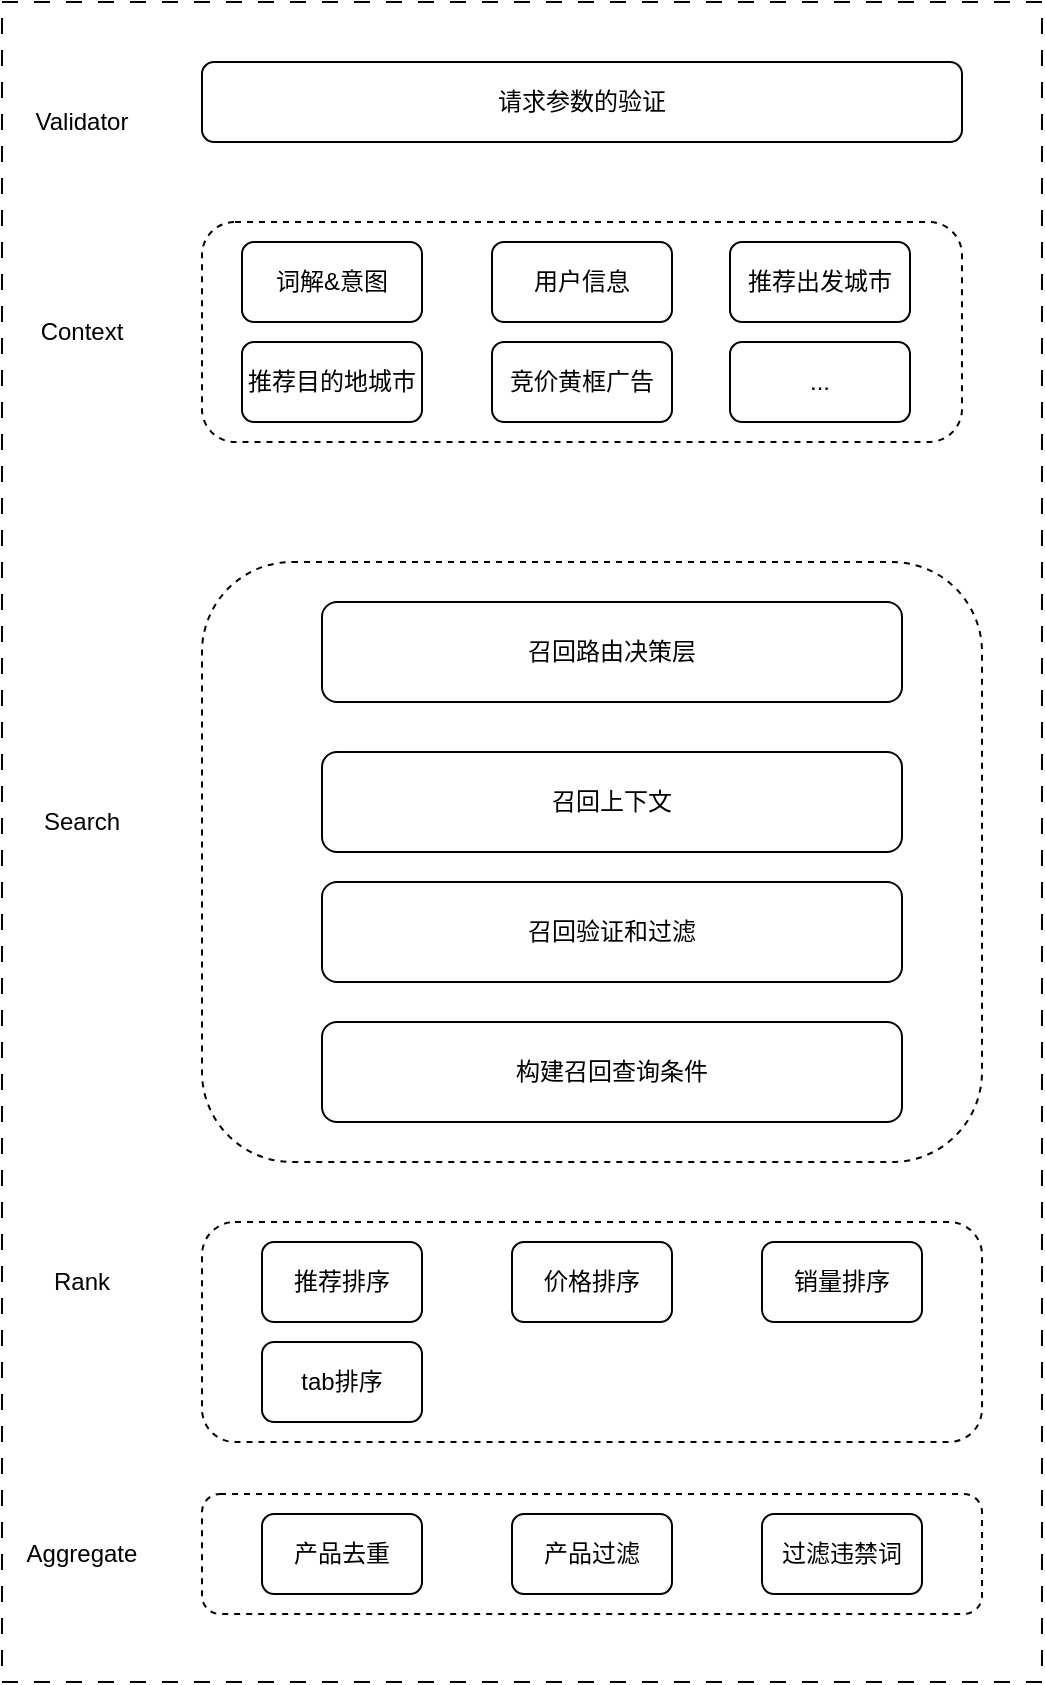
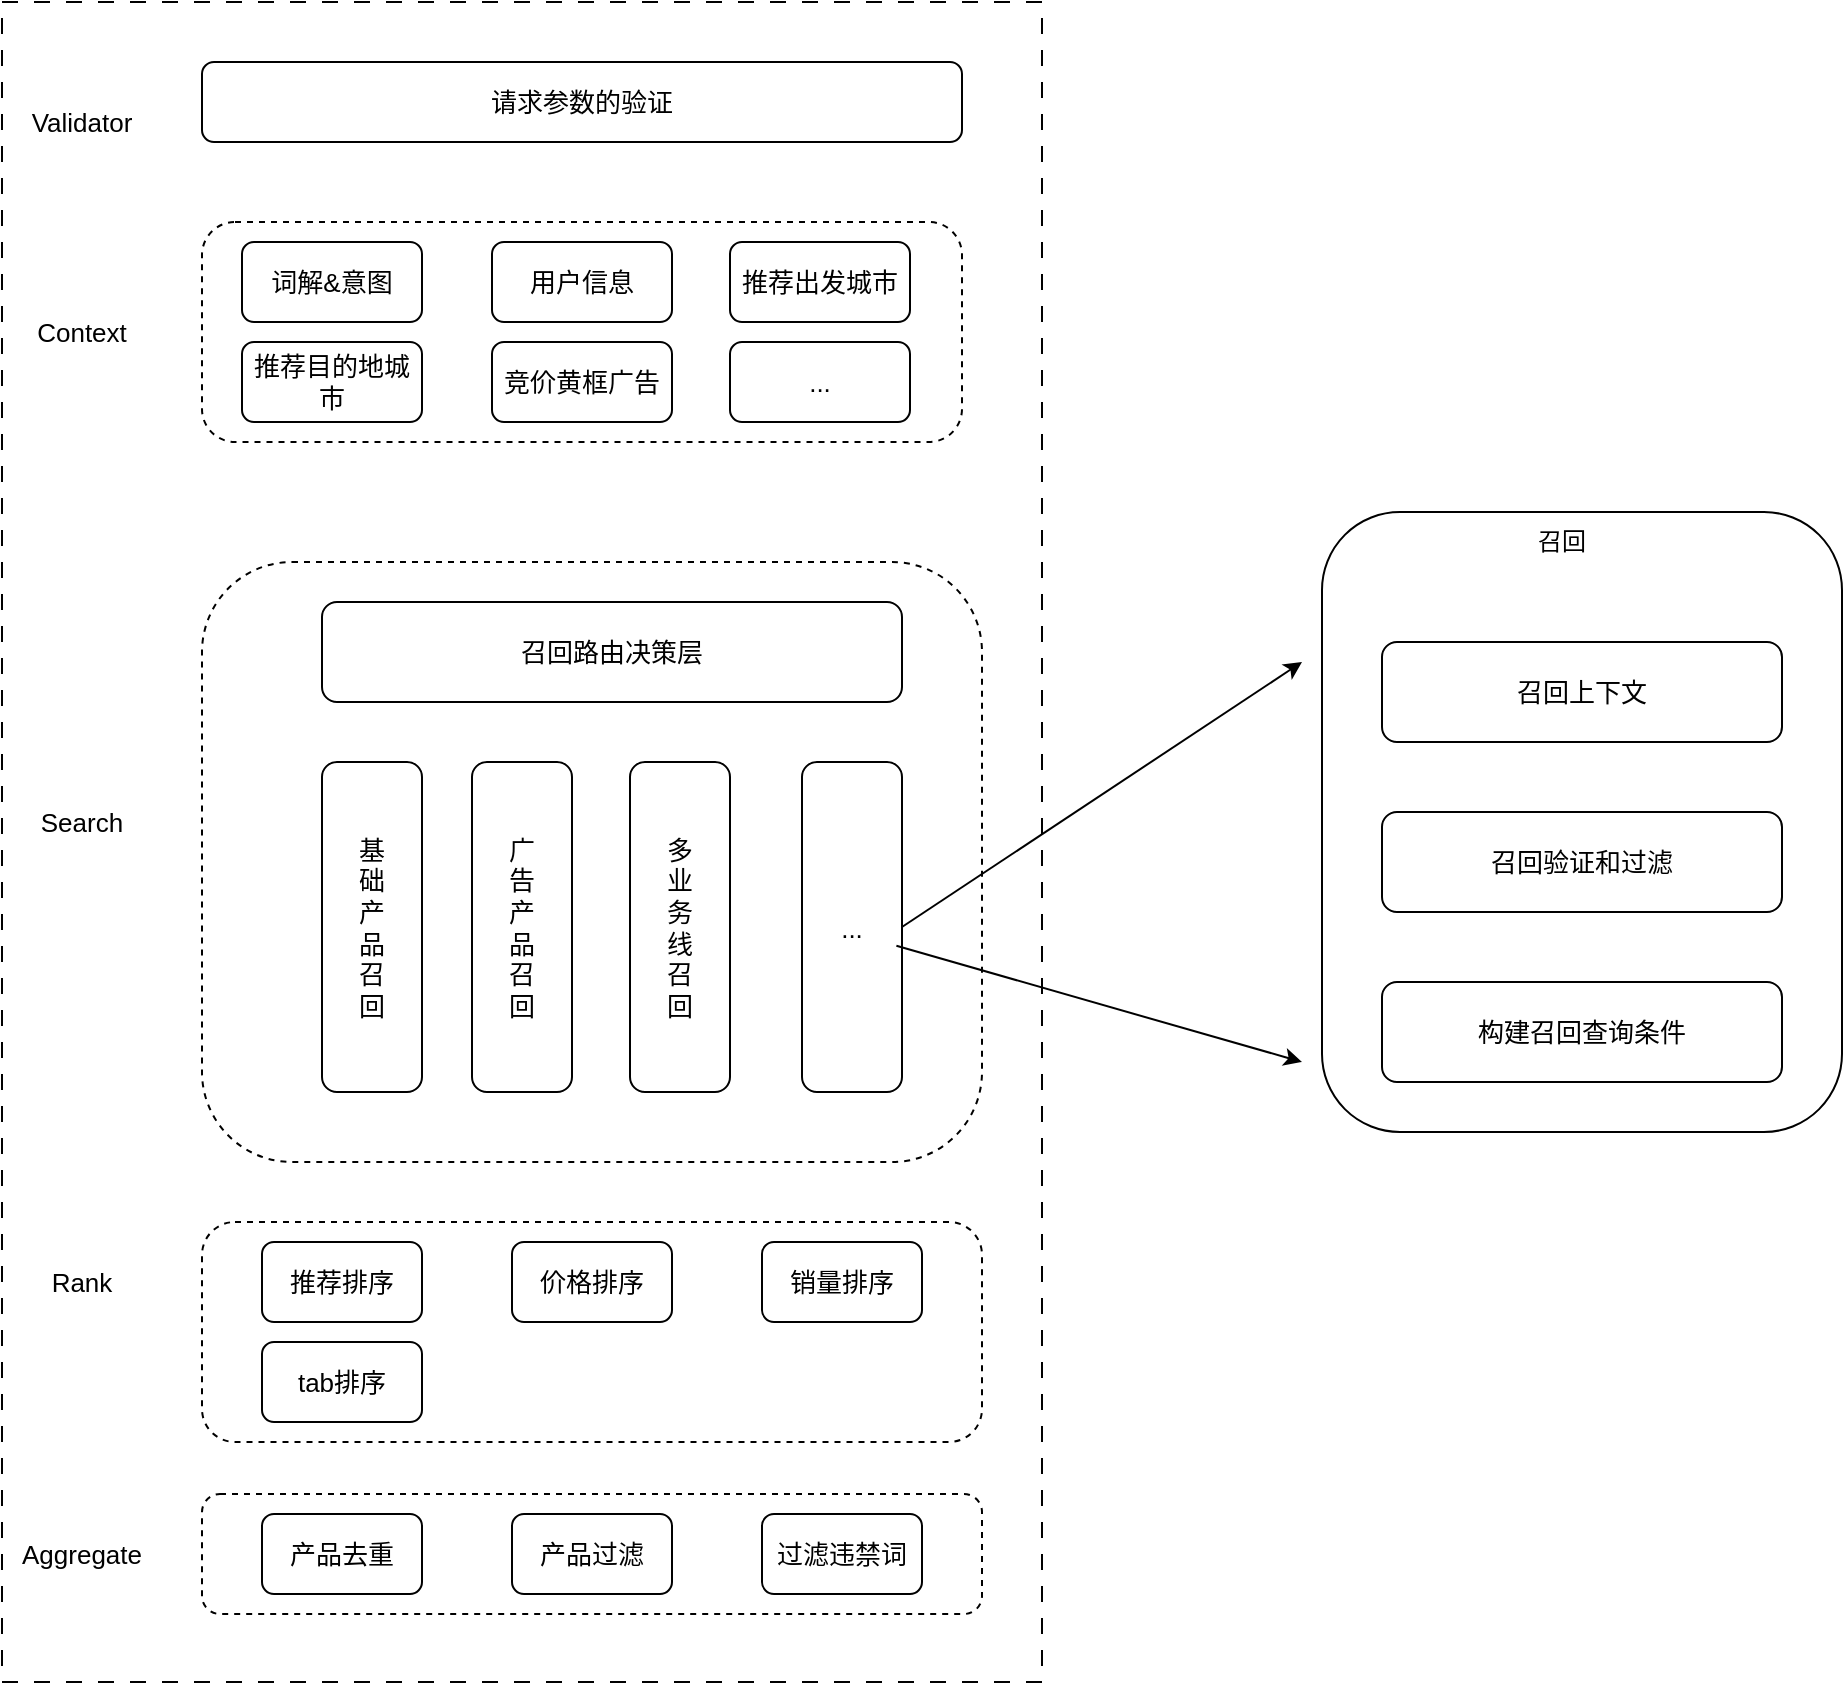
<mxfile host="app.diagrams.net">
  <diagram name="第 1 页" id="jvkQ6q8ciIzknWhuEr6Q">
-     <mxGraphModel dx="1414" dy="743" grid="1" gridSize="10" guides="1" tooltips="1" connect="1" arrows="1" fold="1" page="1" pageScale="1" pageWidth="827" pageHeight="1169" math="0" shadow="0">
+     <mxGraphModel dx="1664" dy="874" grid="1" gridSize="10" guides="1" tooltips="1" connect="1" arrows="1" fold="1" page="1" pageScale="1" pageWidth="827" pageHeight="1169" math="0" shadow="0">
      <root>
        <mxCell id="0" />
        <mxCell id="1" parent="0" />
-         <mxCell id="OlJ8bCc6Roh7H291gZyU-1" parent="1" style="rounded=0;whiteSpace=wrap;html=1;dashed=1;dashPattern=8 8;" value="" vertex="1">
+         <mxCell id="KtfR03neylrnIoNqEPG1-5" parent="1" style="rounded=1;whiteSpace=wrap;html=1;" value="" vertex="1">
+           <mxGeometry height="310" width="260" x="690" y="275" as="geometry" />
+         </mxCell>
+         <mxCell id="OlJ8bCc6Roh7H291gZyU-1" parent="1" style="rounded=0;whiteSpace=wrap;html=1;dashed=1;dashPattern=8 8;fontSize=13;" value="" vertex="1">
          <mxGeometry height="840" width="520" x="30" y="20" as="geometry" />
        </mxCell>
-         <mxCell id="OlJ8bCc6Roh7H291gZyU-2" parent="1" style="rounded=1;whiteSpace=wrap;html=1;" value="&lt;div&gt;请求参数的验证&lt;/div&gt;" vertex="1">
+         <mxCell id="OlJ8bCc6Roh7H291gZyU-2" parent="1" style="rounded=1;whiteSpace=wrap;html=1;fontSize=13;" value="&lt;div&gt;请求参数的验证&lt;/div&gt;" vertex="1">
          <mxGeometry height="40" width="380" x="130" y="50" as="geometry" />
        </mxCell>
-         <mxCell id="OlJ8bCc6Roh7H291gZyU-3" parent="1" style="rounded=1;whiteSpace=wrap;html=1;dashed=1;" value="" vertex="1">
+         <mxCell id="OlJ8bCc6Roh7H291gZyU-3" parent="1" style="rounded=1;whiteSpace=wrap;html=1;dashed=1;fontSize=13;" value="" vertex="1">
          <mxGeometry height="110" width="380" x="130" y="130" as="geometry" />
        </mxCell>
-         <mxCell id="OlJ8bCc6Roh7H291gZyU-4" parent="1" style="text;html=1;whiteSpace=wrap;strokeColor=none;fillColor=none;align=center;verticalAlign=middle;rounded=0;" value="Validator" vertex="1">
+         <mxCell id="OlJ8bCc6Roh7H291gZyU-4" parent="1" style="text;html=1;whiteSpace=wrap;strokeColor=none;fillColor=none;align=center;verticalAlign=middle;rounded=0;fontSize=13;" value="Validator" vertex="1">
          <mxGeometry height="30" width="60" x="40" y="65" as="geometry" />
        </mxCell>
-         <mxCell id="OlJ8bCc6Roh7H291gZyU-5" parent="1" style="text;html=1;whiteSpace=wrap;strokeColor=none;fillColor=none;align=center;verticalAlign=middle;rounded=0;" value="Context" vertex="1">
+         <mxCell id="OlJ8bCc6Roh7H291gZyU-5" parent="1" style="text;html=1;whiteSpace=wrap;strokeColor=none;fillColor=none;align=center;verticalAlign=middle;rounded=0;fontSize=13;" value="Context" vertex="1">
          <mxGeometry height="30" width="60" x="40" y="170" as="geometry" />
        </mxCell>
-         <mxCell id="OlJ8bCc6Roh7H291gZyU-6" parent="1" style="rounded=1;whiteSpace=wrap;html=1;" value="词解&amp;amp;意图" vertex="1">
+         <mxCell id="OlJ8bCc6Roh7H291gZyU-6" parent="1" style="rounded=1;whiteSpace=wrap;html=1;fontSize=13;" value="词解&amp;amp;意图" vertex="1">
          <mxGeometry height="40" width="90" x="150" y="140" as="geometry" />
        </mxCell>
-         <mxCell id="OlJ8bCc6Roh7H291gZyU-7" parent="1" style="rounded=1;whiteSpace=wrap;html=1;" value="用户信息" vertex="1">
+         <mxCell id="OlJ8bCc6Roh7H291gZyU-7" parent="1" style="rounded=1;whiteSpace=wrap;html=1;fontSize=13;" value="用户信息" vertex="1">
          <mxGeometry height="40" width="90" x="275" y="140" as="geometry" />
        </mxCell>
-         <mxCell id="OlJ8bCc6Roh7H291gZyU-8" parent="1" style="rounded=1;whiteSpace=wrap;html=1;" value="推荐出发城市" vertex="1">
+         <mxCell id="OlJ8bCc6Roh7H291gZyU-8" parent="1" style="rounded=1;whiteSpace=wrap;html=1;fontSize=13;" value="推荐出发城市" vertex="1">
          <mxGeometry height="40" width="90" x="394" y="140" as="geometry" />
        </mxCell>
-         <mxCell id="OlJ8bCc6Roh7H291gZyU-9" parent="1" style="rounded=1;whiteSpace=wrap;html=1;" value="推荐目的地城市" vertex="1">
+         <mxCell id="OlJ8bCc6Roh7H291gZyU-9" parent="1" style="rounded=1;whiteSpace=wrap;html=1;fontSize=13;" value="推荐目的地城市" vertex="1">
          <mxGeometry height="40" width="90" x="150" y="190" as="geometry" />
        </mxCell>
-         <mxCell id="OlJ8bCc6Roh7H291gZyU-10" parent="1" style="rounded=1;whiteSpace=wrap;html=1;" value="竞价黄框广告" vertex="1">
+         <mxCell id="OlJ8bCc6Roh7H291gZyU-10" parent="1" style="rounded=1;whiteSpace=wrap;html=1;fontSize=13;" value="竞价黄框广告" vertex="1">
          <mxGeometry height="40" width="90" x="275" y="190" as="geometry" />
        </mxCell>
-         <mxCell id="OlJ8bCc6Roh7H291gZyU-11" parent="1" style="rounded=1;whiteSpace=wrap;html=1;" value="..." vertex="1">
+         <mxCell id="OlJ8bCc6Roh7H291gZyU-11" parent="1" style="rounded=1;whiteSpace=wrap;html=1;fontSize=13;" value="..." vertex="1">
          <mxGeometry height="40" width="90" x="394" y="190" as="geometry" />
        </mxCell>
-         <mxCell id="OlJ8bCc6Roh7H291gZyU-12" parent="1" style="rounded=1;whiteSpace=wrap;html=1;dashed=1;" value="" vertex="1">
+         <mxCell id="OlJ8bCc6Roh7H291gZyU-12" parent="1" style="rounded=1;whiteSpace=wrap;html=1;dashed=1;fontSize=13;" value="" vertex="1">
          <mxGeometry height="300" width="390" x="130" y="300" as="geometry" />
        </mxCell>
-         <mxCell id="OlJ8bCc6Roh7H291gZyU-13" parent="1" style="text;html=1;whiteSpace=wrap;strokeColor=none;fillColor=none;align=center;verticalAlign=middle;rounded=0;" value="Search" vertex="1">
+         <mxCell id="OlJ8bCc6Roh7H291gZyU-13" parent="1" style="text;html=1;whiteSpace=wrap;strokeColor=none;fillColor=none;align=center;verticalAlign=middle;rounded=0;fontSize=13;" value="Search" vertex="1">
          <mxGeometry height="30" width="60" x="40" y="415" as="geometry" />
        </mxCell>
-         <mxCell id="OlJ8bCc6Roh7H291gZyU-14" parent="1" style="rounded=1;whiteSpace=wrap;html=1;" value="召回路由决策层" vertex="1">
+         <mxCell id="OlJ8bCc6Roh7H291gZyU-14" parent="1" style="rounded=1;whiteSpace=wrap;html=1;fontSize=13;" value="召回路由决策层" vertex="1">
          <mxGeometry height="50" width="290" x="190" y="320" as="geometry" />
        </mxCell>
-         <mxCell id="Akz6hOBq7IeE_ktEgzU_-1" parent="1" style="rounded=1;whiteSpace=wrap;html=1;" value="召回上下文" vertex="1">
-           <mxGeometry height="50" width="290" x="190" y="395" as="geometry" />
+         <mxCell id="Akz6hOBq7IeE_ktEgzU_-1" parent="1" style="rounded=1;whiteSpace=wrap;html=1;fontSize=13;" value="召回上下文" vertex="1">
+           <mxGeometry height="50" width="200" x="720" y="340" as="geometry" />
        </mxCell>
-         <mxCell id="Akz6hOBq7IeE_ktEgzU_-2" parent="1" style="rounded=1;whiteSpace=wrap;html=1;" value="召回验证和过滤" vertex="1">
-           <mxGeometry height="50" width="290" x="190" y="460" as="geometry" />
+         <mxCell id="Akz6hOBq7IeE_ktEgzU_-2" parent="1" style="rounded=1;whiteSpace=wrap;html=1;fontSize=13;" value="召回验证和过滤" vertex="1">
+           <mxGeometry height="50" width="200" x="720" y="425" as="geometry" />
        </mxCell>
-         <mxCell id="Akz6hOBq7IeE_ktEgzU_-3" parent="1" style="rounded=1;whiteSpace=wrap;html=1;" value="构建召回查询条件" vertex="1">
-           <mxGeometry height="50" width="290" x="190" y="530" as="geometry" />
+         <mxCell id="Akz6hOBq7IeE_ktEgzU_-3" parent="1" style="rounded=1;whiteSpace=wrap;html=1;fontSize=13;" value="构建召回查询条件" vertex="1">
+           <mxGeometry height="50" width="200" x="720" y="510" as="geometry" />
        </mxCell>
-         <mxCell id="Akz6hOBq7IeE_ktEgzU_-4" parent="1" style="rounded=1;whiteSpace=wrap;html=1;dashed=1;" value="" vertex="1">
+         <mxCell id="Akz6hOBq7IeE_ktEgzU_-4" parent="1" style="rounded=1;whiteSpace=wrap;html=1;dashed=1;fontSize=13;" value="" vertex="1">
          <mxGeometry height="110" width="390" x="130" y="630" as="geometry" />
        </mxCell>
-         <mxCell id="Akz6hOBq7IeE_ktEgzU_-5" parent="1" style="text;html=1;whiteSpace=wrap;strokeColor=none;fillColor=none;align=center;verticalAlign=middle;rounded=0;" value="Rank" vertex="1">
+         <mxCell id="Akz6hOBq7IeE_ktEgzU_-5" parent="1" style="text;html=1;whiteSpace=wrap;strokeColor=none;fillColor=none;align=center;verticalAlign=middle;rounded=0;fontSize=13;" value="Rank" vertex="1">
          <mxGeometry height="30" width="60" x="40" y="645" as="geometry" />
        </mxCell>
-         <mxCell id="Akz6hOBq7IeE_ktEgzU_-6" parent="1" style="rounded=1;whiteSpace=wrap;html=1;" value="推荐排序" vertex="1">
+         <mxCell id="Akz6hOBq7IeE_ktEgzU_-6" parent="1" style="rounded=1;whiteSpace=wrap;html=1;fontSize=13;" value="推荐排序" vertex="1">
          <mxGeometry height="40" width="80" x="160" y="640" as="geometry" />
        </mxCell>
-         <mxCell id="Akz6hOBq7IeE_ktEgzU_-7" parent="1" style="rounded=1;whiteSpace=wrap;html=1;" value="价格排序" vertex="1">
+         <mxCell id="Akz6hOBq7IeE_ktEgzU_-7" parent="1" style="rounded=1;whiteSpace=wrap;html=1;fontSize=13;" value="价格排序" vertex="1">
          <mxGeometry height="40" width="80" x="285" y="640" as="geometry" />
        </mxCell>
-         <mxCell id="Akz6hOBq7IeE_ktEgzU_-8" parent="1" style="rounded=1;whiteSpace=wrap;html=1;" value="销量排序" vertex="1">
+         <mxCell id="Akz6hOBq7IeE_ktEgzU_-8" parent="1" style="rounded=1;whiteSpace=wrap;html=1;fontSize=13;" value="销量排序" vertex="1">
          <mxGeometry height="40" width="80" x="410" y="640" as="geometry" />
        </mxCell>
-         <mxCell id="Akz6hOBq7IeE_ktEgzU_-9" parent="1" style="rounded=1;whiteSpace=wrap;html=1;dashed=1;" value="" vertex="1">
+         <mxCell id="Akz6hOBq7IeE_ktEgzU_-9" parent="1" style="rounded=1;whiteSpace=wrap;html=1;dashed=1;fontSize=13;" value="" vertex="1">
          <mxGeometry height="60" width="390" x="130" y="766" as="geometry" />
        </mxCell>
-         <mxCell id="Akz6hOBq7IeE_ktEgzU_-10" parent="1" style="rounded=1;whiteSpace=wrap;html=1;" value="产品去重" vertex="1">
+         <mxCell id="Akz6hOBq7IeE_ktEgzU_-10" parent="1" style="rounded=1;whiteSpace=wrap;html=1;fontSize=13;" value="产品去重" vertex="1">
          <mxGeometry height="40" width="80" x="160" y="776" as="geometry" />
        </mxCell>
-         <mxCell id="Akz6hOBq7IeE_ktEgzU_-11" parent="1" style="rounded=1;whiteSpace=wrap;html=1;" value="产品过滤" vertex="1">
+         <mxCell id="Akz6hOBq7IeE_ktEgzU_-11" parent="1" style="rounded=1;whiteSpace=wrap;html=1;fontSize=13;" value="产品过滤" vertex="1">
          <mxGeometry height="40" width="80" x="285" y="776" as="geometry" />
        </mxCell>
-         <mxCell id="Akz6hOBq7IeE_ktEgzU_-12" parent="1" style="rounded=1;whiteSpace=wrap;html=1;" value="过滤违禁词" vertex="1">
+         <mxCell id="Akz6hOBq7IeE_ktEgzU_-12" parent="1" style="rounded=1;whiteSpace=wrap;html=1;fontSize=13;" value="过滤违禁词" vertex="1">
          <mxGeometry height="40" width="80" x="410" y="776" as="geometry" />
        </mxCell>
-         <mxCell id="Akz6hOBq7IeE_ktEgzU_-13" parent="1" style="rounded=1;whiteSpace=wrap;html=1;" value="tab排序" vertex="1">
+         <mxCell id="Akz6hOBq7IeE_ktEgzU_-13" parent="1" style="rounded=1;whiteSpace=wrap;html=1;fontSize=13;" value="tab排序" vertex="1">
          <mxGeometry height="40" width="80" x="160" y="690" as="geometry" />
        </mxCell>
-         <mxCell id="Akz6hOBq7IeE_ktEgzU_-14" parent="1" style="text;html=1;whiteSpace=wrap;strokeColor=none;fillColor=none;align=center;verticalAlign=middle;rounded=0;" value="Aggregate" vertex="1">
+         <mxCell id="Akz6hOBq7IeE_ktEgzU_-14" parent="1" style="text;html=1;whiteSpace=wrap;strokeColor=none;fillColor=none;align=center;verticalAlign=middle;rounded=0;fontSize=13;" value="Aggregate" vertex="1">
          <mxGeometry height="30" width="60" x="40" y="781" as="geometry" />
+         </mxCell>
+         <mxCell id="KtfR03neylrnIoNqEPG1-1" parent="1" style="rounded=1;whiteSpace=wrap;html=1;align=center;fontSize=13;" value="&lt;div&gt;&lt;span style=&quot;background-color: transparent; color: light-dark(rgb(0, 0, 0), rgb(255, 255, 255));&quot;&gt;&lt;font face=&quot;Comic Sans MS&quot;&gt;基&lt;/font&gt;&lt;/span&gt;&lt;/div&gt;&lt;div&gt;&lt;span style=&quot;background-color: transparent; color: light-dark(rgb(0, 0, 0), rgb(255, 255, 255));&quot;&gt;&lt;font face=&quot;Comic Sans MS&quot;&gt;础&lt;/font&gt;&lt;/span&gt;&lt;/div&gt;&lt;div&gt;&lt;span style=&quot;background-color: transparent; color: light-dark(rgb(0, 0, 0), rgb(255, 255, 255));&quot;&gt;&lt;font face=&quot;Comic Sans MS&quot;&gt;产&lt;/font&gt;&lt;/span&gt;&lt;/div&gt;&lt;div&gt;&lt;span style=&quot;background-color: transparent; color: light-dark(rgb(0, 0, 0), rgb(255, 255, 255));&quot;&gt;&lt;font face=&quot;Comic Sans MS&quot;&gt;品&lt;/font&gt;&lt;/span&gt;&lt;/div&gt;&lt;div&gt;&lt;span style=&quot;background-color: transparent; color: light-dark(rgb(0, 0, 0), rgb(255, 255, 255));&quot;&gt;&lt;font face=&quot;Comic Sans MS&quot;&gt;召&lt;/font&gt;&lt;/span&gt;&lt;/div&gt;&lt;div&gt;&lt;span style=&quot;background-color: transparent; color: light-dark(rgb(0, 0, 0), rgb(255, 255, 255));&quot;&gt;&lt;font face=&quot;Comic Sans MS&quot;&gt;回&lt;/font&gt;&lt;/span&gt;&lt;/div&gt;" vertex="1">
+           <mxGeometry height="165" width="50" x="190" y="400" as="geometry" />
+         </mxCell>
+         <mxCell id="KtfR03neylrnIoNqEPG1-2" parent="1" style="rounded=1;whiteSpace=wrap;html=1;fontSize=13;" value="广&lt;div&gt;告&lt;/div&gt;&lt;div&gt;产&lt;/div&gt;&lt;div&gt;品&lt;/div&gt;&lt;div&gt;召&lt;/div&gt;&lt;div&gt;回&lt;/div&gt;" vertex="1">
+           <mxGeometry height="165" width="50" x="265" y="400" as="geometry" />
+         </mxCell>
+         <mxCell id="KtfR03neylrnIoNqEPG1-3" parent="1" style="rounded=1;whiteSpace=wrap;html=1;fontSize=13;" value="多&lt;div&gt;业&lt;/div&gt;&lt;div&gt;务&lt;/div&gt;&lt;div&gt;线&lt;/div&gt;&lt;div&gt;召&lt;/div&gt;&lt;div&gt;回&lt;/div&gt;" vertex="1">
+           <mxGeometry height="165" width="50" x="344" y="400" as="geometry" />
+         </mxCell>
+         <mxCell id="KtfR03neylrnIoNqEPG1-4" parent="1" style="rounded=1;whiteSpace=wrap;html=1;fontSize=13;" value="..." vertex="1">
+           <mxGeometry height="165" width="50" x="430" y="400" as="geometry" />
+         </mxCell>
+         <mxCell id="KtfR03neylrnIoNqEPG1-6" parent="1" style="text;html=1;whiteSpace=wrap;strokeColor=none;fillColor=none;align=center;verticalAlign=middle;rounded=0;" value="召回" vertex="1">
+           <mxGeometry height="30" width="60" x="780" y="275" as="geometry" />
+         </mxCell>
+         <mxCell id="KtfR03neylrnIoNqEPG1-7" edge="1" parent="1" source="KtfR03neylrnIoNqEPG1-4" style="endArrow=classic;html=1;rounded=0;exitX=1;exitY=0.5;exitDx=0;exitDy=0;" value="">
+           <mxGeometry height="50" relative="1" width="50" as="geometry">
+             <mxPoint x="590" y="480" as="sourcePoint" />
+             <mxPoint x="680" y="350" as="targetPoint" />
+           </mxGeometry>
+         </mxCell>
+         <mxCell id="KtfR03neylrnIoNqEPG1-8" edge="1" parent="1" source="KtfR03neylrnIoNqEPG1-4" style="endArrow=classic;html=1;rounded=0;exitX=0.944;exitY=0.557;exitDx=0;exitDy=0;exitPerimeter=0;" value="">
+           <mxGeometry height="50" relative="1" width="50" as="geometry">
+             <mxPoint x="600" y="580" as="sourcePoint" />
+             <mxPoint x="680" y="550" as="targetPoint" />
+           </mxGeometry>
        </mxCell>
      </root>
    </mxGraphModel>
  </diagram>
</mxfile>
